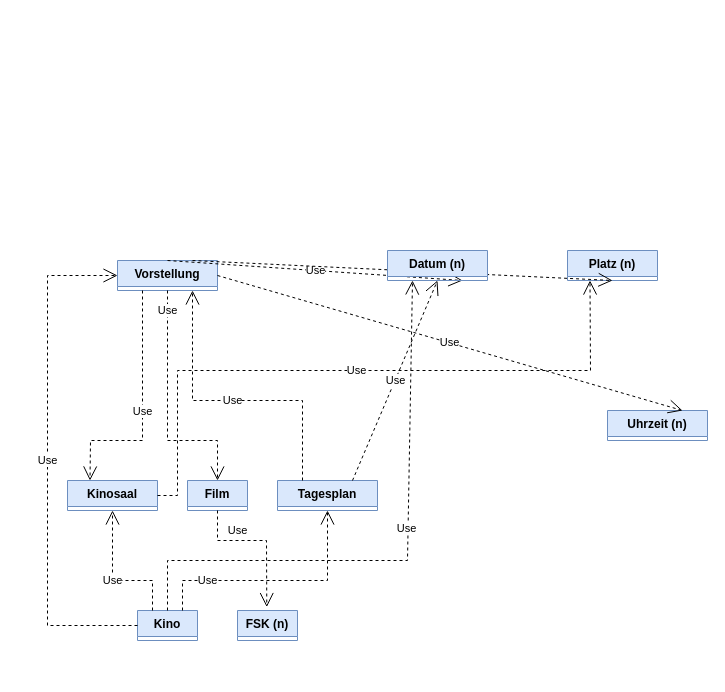
The draw.io diagram Kino.drawio in minmyatthu556/diagramm, before the edit. Source tidied: cells renumbered, new cells numbered last; positions are measured from the earlier drawing's top-left corner, leaving out a move shared by most shapes. Both pictures are drawn from the tidied source at 100%, with x=0, y=0 at pixel (47, 250).
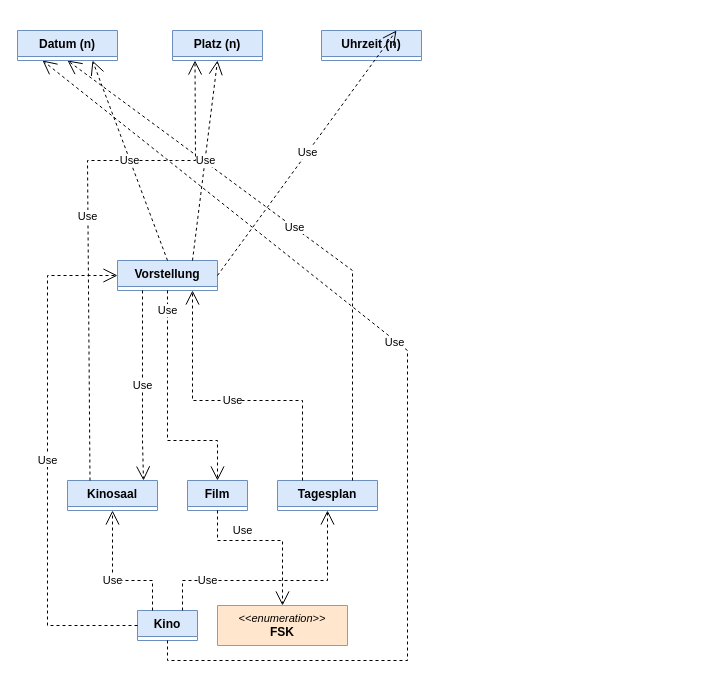
The same page after the edit.

Unchanged cells that the change refers to:
```xml
<mxCell id="2" value="Film" style="swimlane;fontStyle=1;align=center;verticalAlign=top;horizontal=1;startSize=26;whiteSpace=wrap;html=1;fillColor=#dae8fc;strokeColor=#6c8ebf;" parent="1" vertex="1" collapsed="1">
  <mxGeometry x="140" y="230" width="60" height="30" as="geometry" />
</mxCell>
<mxCell id="3" value="Kino" style="swimlane;fontStyle=1;align=center;verticalAlign=top;horizontal=1;startSize=26;whiteSpace=wrap;html=1;fillColor=#dae8fc;strokeColor=#6c8ebf;" parent="1" vertex="1" collapsed="1">
  <mxGeometry x="90" y="360" width="60" height="30" as="geometry" />
</mxCell>
<mxCell id="4" value="Kinosaal" style="swimlane;fontStyle=1;align=center;verticalAlign=top;horizontal=1;startSize=26;whiteSpace=wrap;html=1;fillColor=#dae8fc;strokeColor=#6c8ebf;" parent="1" vertex="1" collapsed="1">
  <mxGeometry x="20" y="230" width="90" height="30" as="geometry" />
</mxCell>
<mxCell id="6" value="Tagesplan" style="swimlane;fontStyle=1;align=center;verticalAlign=top;horizontal=1;startSize=26;whiteSpace=wrap;html=1;fillColor=#dae8fc;strokeColor=#6c8ebf;" parent="1" vertex="1" collapsed="1">
  <mxGeometry x="230" y="230" width="100" height="30" as="geometry" />
</mxCell>
<mxCell id="14" value="Vorstellung" style="swimlane;fontStyle=1;align=center;verticalAlign=top;horizontal=1;startSize=26;whiteSpace=wrap;html=1;fillColor=#dae8fc;strokeColor=#6c8ebf;" parent="1" vertex="1" collapsed="1">
  <mxGeometry x="70" y="10" width="100" height="30" as="geometry" />
</mxCell>
```

What changed in the source:
```diff
@@
     <mxCell id="5" value="Platz (n)" style="swimlane;fontStyle=1;align=center;verticalAlign=top;horizontal=1;startSize=26;whiteSpace=wrap;html=1;fillColor=#dae8fc;strokeColor=#6c8ebf;" parent="1" vertex="1" collapsed="1">
-      <mxGeometry x="520" width="90" height="30" as="geometry" />
+      <mxGeometry x="125" y="-220" width="90" height="30" as="geometry" />
     </mxCell>
@@
-    <mxCell id="7" value="FSK (n)" style="swimlane;fontStyle=1;align=center;verticalAlign=top;horizontal=1;startSize=26;whiteSpace=wrap;html=1;fillColor=#dae8fc;strokeColor=#6c8ebf;" parent="1" vertex="1" collapsed="1">
-      <mxGeometry x="190" y="360" width="60" height="30" as="geometry" />
-    </mxCell>
-    <mxCell id="8" value="Use" style="endArrow=open;endSize=12;dashed=1;html=1;rounded=0;exitX=0.5;exitY=1;exitDx=0;exitDy=0;entryX=0.488;entryY=-0.114;entryDx=0;entryDy=0;entryPerimeter=0;" parent="1" edge="1" source="2" target="7">
+    <mxCell id="8" value="Use" style="endArrow=open;endSize=12;dashed=1;html=1;rounded=0;exitX=0.5;exitY=1;exitDx=0;exitDy=0;entryX=0.5;entryY=0;entryDx=0;entryDy=0;" parent="1" edge="1" source="2" target="24">
       <mxGeometry x="-0.31" y="10" relative="1" as="geometry">
         <Array as="points">
           <mxPoint x="170" y="290" />
-          <mxPoint x="219" y="290" />
+          <mxPoint x="235" y="290" />
         </Array>
       </mxGeometry>
     </mxCell>
@@
-    <mxCell id="11" value="Use" style="endArrow=open;endSize=12;dashed=1;html=1;rounded=0;exitX=0.5;exitY=0;exitDx=0;exitDy=0;entryX=0.25;entryY=1;entryDx=0;entryDy=0;" parent="1" edge="1" source="3" target="23">
+    <mxCell id="11" value="Use" style="endArrow=open;endSize=12;dashed=1;html=1;rounded=0;exitX=0.5;exitY=1;exitDx=0;exitDy=0;entryX=0.25;entryY=1;entryDx=0;entryDy=0;" parent="1" edge="1" source="3" target="23">
       <mxGeometry x="0.13" y="2" relative="1" as="geometry">
         <Array as="points">
-          <mxPoint x="120" y="310" />
-          <mxPoint x="360" y="310" />
+          <mxPoint x="120" y="410" />
+          <mxPoint x="360" y="410" />
+          <mxPoint x="360" y="100" />
         </Array>
       </mxGeometry>
     </mxCell>
     <mxCell id="12" value="Use" style="endArrow=open;endSize=12;dashed=1;html=1;rounded=0;exitX=0.75;exitY=0;exitDx=0;exitDy=0;entryX=0.5;entryY=1;entryDx=0;entryDy=0;" parent="1" edge="1" source="6" target="23">
-      <mxGeometry relative="1" as="geometry" />
+      <mxGeometry relative="1" as="geometry">
+        <Array as="points">
+          <mxPoint x="305" y="20" />
+        </Array>
+      </mxGeometry>
     </mxCell>
@@
-    <mxCell id="16" value="Use" style="endArrow=open;endSize=12;dashed=1;html=1;rounded=0;exitX=1;exitY=0.5;exitDx=0;exitDy=0;entryX=0.25;entryY=1;entryDx=0;entryDy=0;" parent="1" edge="1" source="4" target="5">
+    <mxCell id="16" value="Use" style="endArrow=open;endSize=12;dashed=1;html=1;rounded=0;exitX=0.25;exitY=0;exitDx=0;exitDy=0;entryX=0.25;entryY=1;entryDx=0;entryDy=0;" parent="1" edge="1" source="4" target="5">
       <mxGeometry relative="1" as="geometry">
         <Array as="points">
-          <mxPoint x="130" y="245" />
-          <mxPoint x="130" y="120" />
-          <mxPoint x="543" y="120" />
+          <mxPoint x="40" y="-90" />
+          <mxPoint x="130" y="-90" />
+          <mxPoint x="148" y="-90" />
         </Array>
       </mxGeometry>
     </mxCell>
-    <mxCell id="17" value="Use" style="endArrow=open;endSize=12;dashed=1;html=1;rounded=0;exitX=0.25;exitY=1;exitDx=0;exitDy=0;entryX=0.25;entryY=0;entryDx=0;entryDy=0;" parent="1" edge="1" source="14" target="4">
+    <mxCell id="17" value="Use" style="endArrow=open;endSize=12;dashed=1;html=1;rounded=0;exitX=0.25;exitY=1;exitDx=0;exitDy=0;" parent="1" edge="1" source="14">
       <mxGeometry relative="1" as="geometry">
+        <mxPoint x="96" y="230" as="targetPoint" />
         <Array as="points">
           <mxPoint x="95" y="190" />
-          <mxPoint x="43" y="190" />
         </Array>
       </mxGeometry>
     </mxCell>
@@
     <mxCell id="19" value="Uhrzeit (n)" style="swimlane;fontStyle=1;align=center;verticalAlign=top;horizontal=1;startSize=26;whiteSpace=wrap;html=1;fillColor=#dae8fc;strokeColor=#6c8ebf;" parent="1" vertex="1" collapsed="1">
-      <mxGeometry x="560" y="160" width="100" height="30" as="geometry" />
+      <mxGeometry x="274" y="-220" width="100" height="30" as="geometry" />
     </mxCell>
@@
     <mxCell id="23" value="Datum (n)" style="swimlane;fontStyle=1;align=center;verticalAlign=top;horizontal=1;startSize=26;whiteSpace=wrap;html=1;fillColor=#dae8fc;strokeColor=#6c8ebf;" parent="1" vertex="1" collapsed="1">
-      <mxGeometry x="340" width="100" height="30" as="geometry" />
+      <mxGeometry x="-30" y="-220" width="100" height="30" as="geometry" />
     </mxCell>
+    <mxCell id="24" value="&lt;div style=&quot;font-size: 11px;&quot;&gt;&lt;i style=&quot;font-weight: normal;&quot;&gt;&amp;lt;&amp;lt;enumeration&amp;gt;&amp;gt;&lt;/i&gt;&lt;/div&gt;FSK" style="swimlane;fontStyle=1;align=center;verticalAlign=top;horizontal=1;startSize=40;whiteSpace=wrap;html=1;fillColor=#ffe6cc;strokeColor=#d79b00;" parent="1" vertex="1" collapsed="1">
+      <mxGeometry x="170" y="355" width="130" height="40" as="geometry" />
+    </mxCell>
```
